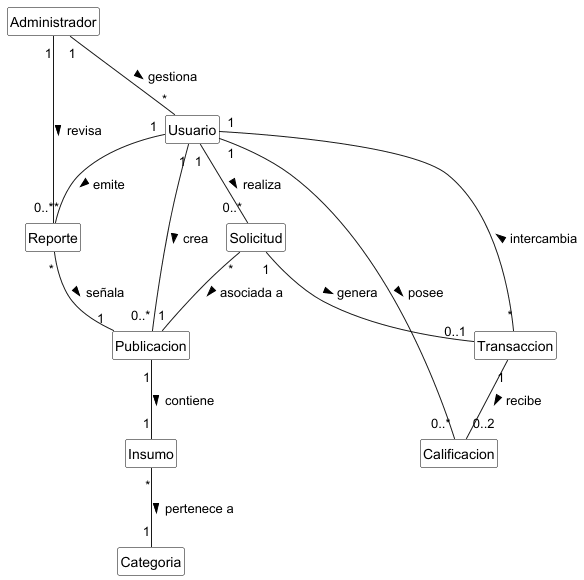
Above: Documentacion/diagrama de clases/Modelo de domineo.png in Uni-Space-Projects/S.I.M.S (PlantUML), before the change. Source of this version:
```plantuml
@startuml
hide empty members
hide circle
skinparam classBackgroundColor White
skinparam classBorderColor Black

class Usuario
class Administrador
class Publicacion
class Insumo
class Categoria
class Solicitud
class Transaccion
class Calificacion
class Reporte

Usuario "1" -- "0..*" Publicacion : crea >
Publicacion "1" -- "1" Insumo : contiene >
Insumo "*" -- "1" Categoria : pertenece a >

Usuario "1" -- "0..*" Solicitud : realiza >
Solicitud "*" -- "1" Publicacion : asociada a >

Transaccion "1" -- "0..2" Calificacion : recibe >
Usuario "1" -- "0..*" Calificacion : posee >

Solicitud "1" -- "0..1" Transaccion : genera >
Transaccion "*" -- "1" Usuario : intercambia >

Usuario "1" -- "0..*" Reporte : emite >
Reporte "*" -- "1" Publicacion : señala >

Administrador "1" -- "*" Reporte : revisa >
Administrador "1" -- "*" Usuario : gestiona >

@enduml
```
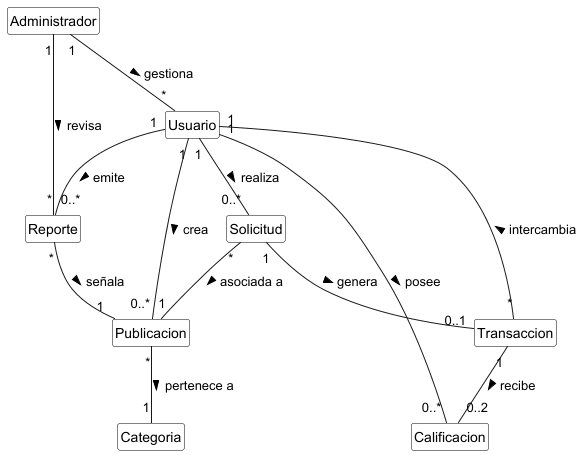
Above is the later version.

Commit message:
refactorizacion de diagramas, diagrama clases sprint 2 + modificaciones de domineo y entre otros

Diff of the diagram source:
```diff
@@ -7,7 +7,6 @@
 class Usuario
 class Administrador
 class Publicacion
-class Insumo
 class Categoria
 class Solicitud
 class Transaccion
@@ -15,8 +14,8 @@
 class Reporte
 
 Usuario "1" -- "0..*" Publicacion : crea >
-Publicacion "1" -- "1" Insumo : contiene >
-Insumo "*" -- "1" Categoria : pertenece a >
+Publicacion "*" -- "1" Categoria : pertenece a >
+
 
 Usuario "1" -- "0..*" Solicitud : realiza >
 Solicitud "*" -- "1" Publicacion : asociada a >
```
